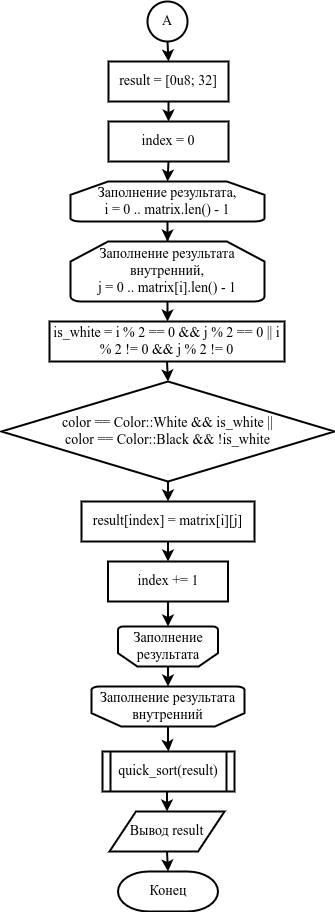
This is informatics/practices/pr12/images/scheme-main-part2.png from Shuta4/mirea-1-course, a draw.io export, as it was before one commit. Source tidied: cells renumbered, new cells last; positions are measured from the earlier drawing's top-left corner, leaving out a move shared by most shapes.
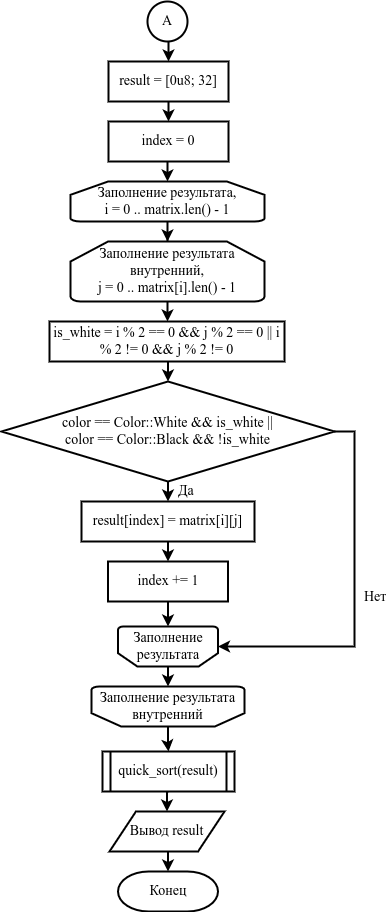
After the commit.

Commit message:
Fix scheme picture and tests listings

The edit, as a diff of the source:
```diff
@@ -47,9 +47,12 @@
     <mxCell id="16" value="index = 0" style="rounded=0;whiteSpace=wrap;html=1;labelBorderColor=none;fontFamily=Times New Roman;fontSize=14;fontColor=#000000;strokeWidth=2;" parent="1" vertex="1">
       <mxGeometry x="107" y="120" width="120" height="40" as="geometry" />
     </mxCell>
-    <mxCell id="17" style="edgeStyle=orthogonalEdgeStyle;rounded=0;jettySize=auto;html=1;exitX=0.5;exitY=1;exitDx=0;exitDy=0;exitPerimeter=0;entryX=0.5;entryY=0;entryDx=0;entryDy=0;fontFamily=Times New Roman;fontSize=14;fontColor=#000000;strokeWidth=2;" parent="1" edge="1" source="18" target="20">
+    <mxCell id="17" value="Да" style="edgeStyle=orthogonalEdgeStyle;rounded=0;jettySize=auto;html=1;exitX=0.5;exitY=1;exitDx=0;exitDy=0;exitPerimeter=0;entryX=0.5;entryY=0;entryDx=0;entryDy=0;fontFamily=Times New Roman;fontSize=14;fontColor=#000000;strokeWidth=2;spacingLeft=8;labelPosition=right;verticalLabelPosition=middle;align=left;verticalAlign=middle;" parent="1" edge="1" source="18" target="20">
       <mxGeometry relative="1" as="geometry" />
     </mxCell>
+    <mxCell id="29" value="Нет&lt;br&gt;" style="edgeStyle=orthogonalEdgeStyle;rounded=0;jettySize=auto;html=1;exitX=1;exitY=0.5;exitDx=0;exitDy=0;exitPerimeter=0;entryX=0;entryY=0.5;entryDx=0;entryDy=0;entryPerimeter=0;strokeWidth=2;fontFamily=Times New Roman;fontSize=14;fontColor=#000000;labelPosition=right;verticalLabelPosition=middle;align=left;verticalAlign=middle;spacingLeft=8;" parent="1" edge="1" source="18" target="8">
+      <mxGeometry relative="1" as="geometry" />
+    </mxCell>
     <mxCell id="18" value="color == Color::White &amp;amp;&amp;amp; is_white ||&lt;br&gt;color == Color::Black &amp;amp;&amp;amp; !is_white" style="strokeWidth=2;html=1;shape=mxgraph.flowchart.decision;whiteSpace=wrap;rounded=0;labelBorderColor=none;fontFamily=Times New Roman;fontSize=14;fontColor=#000000;" parent="1" vertex="1">
       <mxGeometry y="380" width="333" height="100" as="geometry" />
     </mxCell>
```
